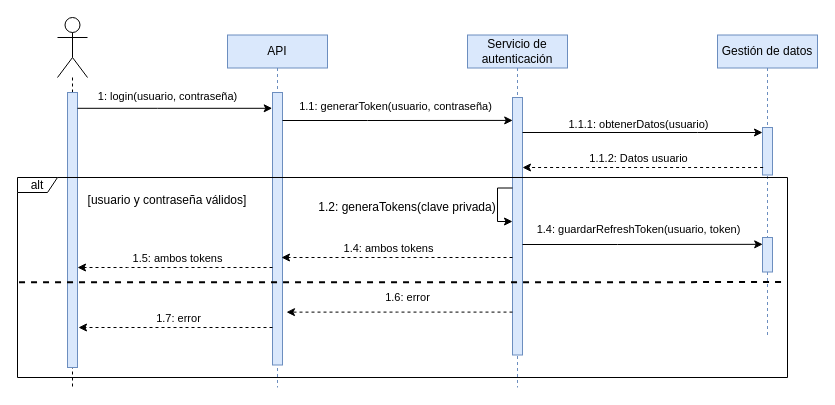
This is diseno/sistema/DS/login.drawio from corderop/TFG, a draw.io file, before an edit. Source tidied: cells renumbered, new cells numbered last; positions are measured from the earlier drawing's top-left corner, leaving out a move shared by most shapes. Both pictures are drawn from the tidied source at 100%, with x=0, y=0 at pixel (17, 17).
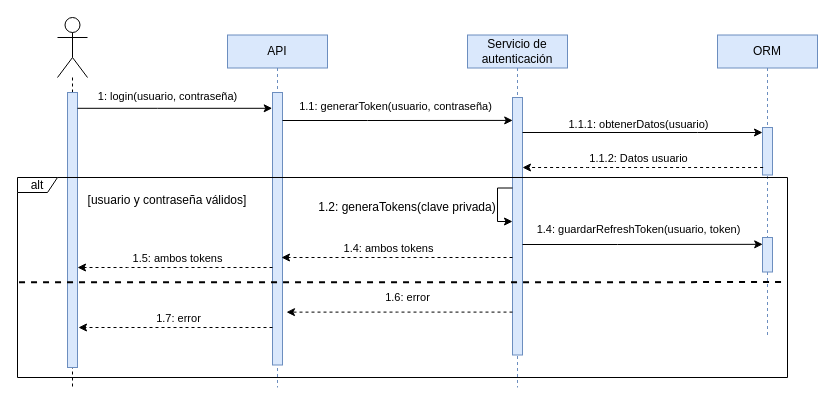
The same page after the edit.

Change to the diagram source:
```diff
@@
-    <mxCell id="9" value="&lt;div&gt;Gestión de datos&lt;/div&gt;" style="shape=umlLifeline;perimeter=lifelinePerimeter;whiteSpace=wrap;html=1;size=33;fillColor=#dae8fc;strokeColor=#6c8ebf;" parent="1" vertex="1">
+    <mxCell id="9" value="&lt;div&gt;ORM&lt;/div&gt;" style="shape=umlLifeline;perimeter=lifelinePerimeter;whiteSpace=wrap;html=1;size=33;fillColor=#dae8fc;strokeColor=#6c8ebf;" parent="1" vertex="1">
       <mxGeometry x="700" y="17.5" width="100" height="300" as="geometry" />
     </mxCell>
```
